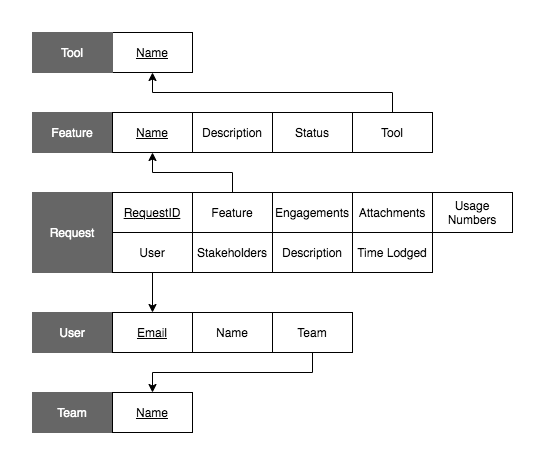
Earlier version of the draw.io export docs/DB Rel Schema Model.png (cpanzenbock/Fraudtech-Web-Activity). Source tidied: cells renumbered, new cells last; positions are measured from the earlier drawing's top-left corner, leaving out a move shared by most shapes.
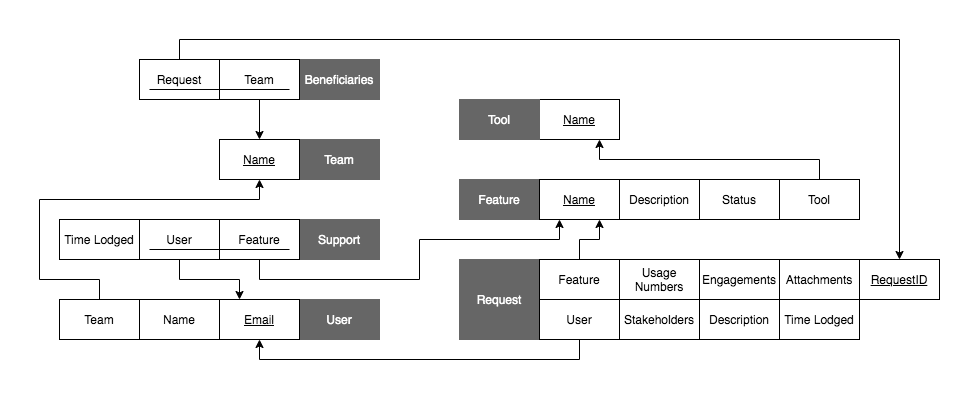
Above is the later version.

Diff of the diagram source:
```diff
@@ -15,25 +15,32 @@
       <mxGeometry y="160" width="80" height="80" as="geometry" />
     </mxCell>
     <mxCell id="6" value="User" style="rounded=0;whiteSpace=wrap;html=1;fillColor=#666666;strokeColor=#666666;fontColor=#FFFFFF;" parent="1" vertex="1">
-      <mxGeometry y="280" width="80" height="40" as="geometry" />
+      <mxGeometry x="-160" y="200" width="80" height="40" as="geometry" />
     </mxCell>
     <mxCell id="7" value="Team" style="rounded=0;whiteSpace=wrap;html=1;fillColor=#666666;strokeColor=#666666;fontColor=#FFFFFF;" parent="1" vertex="1">
-      <mxGeometry y="360" width="80" height="40" as="geometry" />
+      <mxGeometry x="-160" y="40" width="80" height="40" as="geometry" />
     </mxCell>
     <mxCell id="8" value="Name" style="rounded=0;whiteSpace=wrap;html=1;fontStyle=4;" parent="1" vertex="1">
-      <mxGeometry x="80" y="360" width="80" height="40" as="geometry" />
+      <mxGeometry x="-240" y="40" width="80" height="40" as="geometry" />
     </mxCell>
     <mxCell id="9" value="Email" style="rounded=0;whiteSpace=wrap;html=1;fontStyle=4;" parent="1" vertex="1">
-      <mxGeometry x="80" y="280" width="80" height="40" as="geometry" />
+      <mxGeometry x="-240" y="200" width="80" height="40" as="geometry" />
     </mxCell>
     <mxCell id="10" value="Name" style="rounded=0;whiteSpace=wrap;html=1;fontStyle=0;" parent="1" vertex="1">
-      <mxGeometry x="160" y="280" width="80" height="40" as="geometry" />
+      <mxGeometry x="-320" y="200" width="80" height="40" as="geometry" />
     </mxCell>
-    <mxCell id="11" style="edgeStyle=orthogonalEdgeStyle;rounded=0;jettySize=auto;html=1;exitX=0.5;exitY=1;exitDx=0;exitDy=0;entryX=0.5;entryY=0;entryDx=0;entryDy=0;fontColor=#FFFFFF;" parent="1" edge="1" source="12" target="8">
-      <mxGeometry relative="1" as="geometry" />
+    <mxCell id="11" style="edgeStyle=orthogonalEdgeStyle;rounded=0;jettySize=auto;html=1;exitX=0.5;exitY=0;exitDx=0;exitDy=0;entryX=0.5;entryY=1;entryDx=0;entryDy=0;fontColor=#FFFFFF;" parent="1" edge="1" source="12" target="8">
+      <mxGeometry relative="1" as="geometry">
+        <Array as="points">
+          <mxPoint x="-360" y="180" />
+          <mxPoint x="-420" y="180" />
+          <mxPoint x="-420" y="100" />
+          <mxPoint x="-200" y="100" />
+        </Array>
+      </mxGeometry>
     </mxCell>
     <mxCell id="12" value="Team" style="rounded=0;whiteSpace=wrap;html=1;fontStyle=0;" parent="1" vertex="1">
-      <mxGeometry x="240" y="280" width="80" height="40" as="geometry" />
+      <mxGeometry x="-400" y="200" width="80" height="40" as="geometry" />
     </mxCell>
     <mxCell id="13" value="Name" style="rounded=0;whiteSpace=wrap;html=1;fontStyle=4;" parent="1" vertex="1">
       <mxGeometry x="80" y="80" width="80" height="40" as="geometry" />
@@ -44,23 +51,29 @@
     <mxCell id="15" value="Status" style="rounded=0;whiteSpace=wrap;html=1;fontStyle=0;" parent="1" vertex="1">
       <mxGeometry x="240" y="80" width="80" height="40" as="geometry" />
     </mxCell>
-    <mxCell id="16" style="edgeStyle=orthogonalEdgeStyle;rounded=0;jettySize=auto;html=1;exitX=0.5;exitY=0;exitDx=0;exitDy=0;entryX=0.5;entryY=1;entryDx=0;entryDy=0;fontColor=#FFFFFF;" parent="1" edge="1" source="17" target="2">
+    <mxCell id="16" style="edgeStyle=orthogonalEdgeStyle;rounded=0;jettySize=auto;html=1;exitX=0.5;exitY=0;exitDx=0;exitDy=0;entryX=0.75;entryY=1;entryDx=0;entryDy=0;fontColor=#FFFFFF;" parent="1" edge="1" source="17" target="2">
       <mxGeometry relative="1" as="geometry" />
     </mxCell>
     <mxCell id="17" value="Tool" style="rounded=0;whiteSpace=wrap;html=1;fontStyle=0;" parent="1" vertex="1">
       <mxGeometry x="320" y="80" width="80" height="40" as="geometry" />
     </mxCell>
-    <mxCell id="18" style="edgeStyle=orthogonalEdgeStyle;rounded=0;jettySize=auto;html=1;exitX=0.5;exitY=1;exitDx=0;exitDy=0;entryX=0.5;entryY=0;entryDx=0;entryDy=0;fontColor=#FFFFFF;" parent="1" edge="1" source="19" target="9">
-      <mxGeometry relative="1" as="geometry" />
+    <mxCell id="18" style="edgeStyle=orthogonalEdgeStyle;rounded=0;jettySize=auto;html=1;exitX=0.5;exitY=1;exitDx=0;exitDy=0;fontColor=#FFFFFF;" parent="1" edge="1" source="19">
+      <mxGeometry relative="1" as="geometry">
+        <mxPoint x="-200" y="240" as="targetPoint" />
+        <Array as="points">
+          <mxPoint x="120" y="260" />
+          <mxPoint x="-200" y="260" />
+        </Array>
+      </mxGeometry>
     </mxCell>
     <mxCell id="19" value="User" style="rounded=0;whiteSpace=wrap;html=1;fontStyle=0;" parent="1" vertex="1">
       <mxGeometry x="80" y="200" width="80" height="40" as="geometry" />
     </mxCell>
-    <mxCell id="20" style="edgeStyle=orthogonalEdgeStyle;rounded=0;jettySize=auto;html=1;exitX=0.5;exitY=0;exitDx=0;exitDy=0;entryX=0.5;entryY=1;entryDx=0;entryDy=0;fontColor=#FFFFFF;" parent="1" edge="1" source="21" target="13">
+    <mxCell id="20" style="edgeStyle=orthogonalEdgeStyle;rounded=0;jettySize=auto;html=1;exitX=0.5;exitY=0;exitDx=0;exitDy=0;entryX=0.75;entryY=1;entryDx=0;entryDy=0;fontColor=#FFFFFF;" parent="1" edge="1" source="21" target="13">
       <mxGeometry relative="1" as="geometry" />
     </mxCell>
     <mxCell id="21" value="Feature" style="rounded=0;whiteSpace=wrap;html=1;fontStyle=0;" parent="1" vertex="1">
-      <mxGeometry x="160" y="160" width="80" height="40" as="geometry" />
+      <mxGeometry x="80" y="160" width="80" height="40" as="geometry" />
     </mxCell>
     <mxCell id="22" value="Stakeholders" style="rounded=0;whiteSpace=wrap;html=1;fontStyle=0;" parent="1" vertex="1">
       <mxGeometry x="160" y="200" width="80" height="40" as="geometry" />
@@ -78,10 +91,67 @@
       <mxGeometry x="320" y="200" width="80" height="40" as="geometry" />
     </mxCell>
     <mxCell id="27" value="Usage Numbers" style="rounded=0;whiteSpace=wrap;html=1;fontStyle=0;" parent="1" vertex="1">
-      <mxGeometry x="400" y="160" width="80" height="40" as="geometry" />
+      <mxGeometry x="160" y="160" width="80" height="40" as="geometry" />
     </mxCell>
     <mxCell id="28" value="RequestID" style="rounded=0;whiteSpace=wrap;html=1;fontStyle=4;" parent="1" vertex="1">
-      <mxGeometry x="80" y="160" width="80" height="40" as="geometry" />
+      <mxGeometry x="400" y="160" width="80" height="40" as="geometry" />
     </mxCell>
+    <mxCell id="29" value="Support" style="rounded=0;whiteSpace=wrap;html=1;fillColor=#666666;strokeColor=#666666;fontColor=#FFFFFF;" parent="1" vertex="1">
+      <mxGeometry x="-160" y="120" width="80" height="40" as="geometry" />
+    </mxCell>
+    <mxCell id="30" style="edgeStyle=orthogonalEdgeStyle;rounded=0;jettySize=auto;html=1;exitX=0.5;exitY=1;exitDx=0;exitDy=0;entryX=0.25;entryY=1;entryDx=0;entryDy=0;" parent="1" edge="1" source="31" target="13">
+      <mxGeometry relative="1" as="geometry">
+        <Array as="points">
+          <mxPoint x="-200" y="180" />
+          <mxPoint x="-40" y="180" />
+          <mxPoint x="-40" y="140" />
+          <mxPoint x="100" y="140" />
+        </Array>
+      </mxGeometry>
+    </mxCell>
+    <mxCell id="31" value="Feature" style="rounded=0;whiteSpace=wrap;html=1;fontStyle=0;" parent="1" vertex="1">
+      <mxGeometry x="-240" y="120" width="80" height="40" as="geometry" />
+    </mxCell>
+    <mxCell id="32" style="edgeStyle=orthogonalEdgeStyle;rounded=0;jettySize=auto;html=1;exitX=0.5;exitY=1;exitDx=0;exitDy=0;entryX=0.25;entryY=0;entryDx=0;entryDy=0;" parent="1" edge="1" source="33" target="9">
+      <mxGeometry relative="1" as="geometry">
+        <Array as="points">
+          <mxPoint x="-280" y="180" />
+          <mxPoint x="-220" y="180" />
+        </Array>
+      </mxGeometry>
+    </mxCell>
+    <mxCell id="33" value="User" style="rounded=0;whiteSpace=wrap;html=1;fontStyle=0;" parent="1" vertex="1">
+      <mxGeometry x="-320" y="120" width="80" height="40" as="geometry" />
+    </mxCell>
+    <mxCell id="34" style="endArrow=none;html=1;" parent="1" edge="1">
+      <mxGeometry relative="1" as="geometry">
+        <mxPoint x="-170" y="150" as="sourcePoint" />
+        <mxPoint x="-310" y="150" as="targetPoint" />
+      </mxGeometry>
+    </mxCell>
+    <mxCell id="35" value="Time Lodged" style="rounded=0;whiteSpace=wrap;html=1;fontStyle=0;" parent="1" vertex="1">
+      <mxGeometry x="-400" y="120" width="80" height="40" as="geometry" />
+    </mxCell>
+    <mxCell id="36" value="Beneficiaries" style="rounded=0;whiteSpace=wrap;html=1;fillColor=#666666;strokeColor=#666666;fontColor=#FFFFFF;" parent="1" vertex="1">
+      <mxGeometry x="-160" y="-40" width="80" height="40" as="geometry" />
+    </mxCell>
+    <mxCell id="37" style="edgeStyle=orthogonalEdgeStyle;rounded=0;jettySize=auto;html=1;exitX=0.5;exitY=1;exitDx=0;exitDy=0;entryX=0.5;entryY=0;entryDx=0;entryDy=0;" parent="1" edge="1" source="38" target="8">
+      <mxGeometry relative="1" as="geometry" />
+    </mxCell>
+    <mxCell id="38" value="Team" style="rounded=0;whiteSpace=wrap;html=1;fontStyle=0;" parent="1" vertex="1">
+      <mxGeometry x="-240" y="-40" width="80" height="40" as="geometry" />
+    </mxCell>
+    <mxCell id="39" style="edgeStyle=orthogonalEdgeStyle;rounded=0;jettySize=auto;html=1;exitX=0.5;exitY=0;exitDx=0;exitDy=0;entryX=0.5;entryY=0;entryDx=0;entryDy=0;" parent="1" edge="1" source="40" target="28">
+      <mxGeometry relative="1" as="geometry" />
+    </mxCell>
+    <mxCell id="40" value="Request" style="rounded=0;whiteSpace=wrap;html=1;fontStyle=0;" parent="1" vertex="1">
+      <mxGeometry x="-320" y="-40" width="80" height="40" as="geometry" />
+    </mxCell>
+    <mxCell id="41" style="endArrow=none;html=1;" parent="1" edge="1">
+      <mxGeometry relative="1" as="geometry">
+        <mxPoint x="-170" y="-10" as="sourcePoint" />
+        <mxPoint x="-310" y="-10" as="targetPoint" />
+      </mxGeometry>
+    </mxCell>
   </root>
 </mxGraphModel>
```
